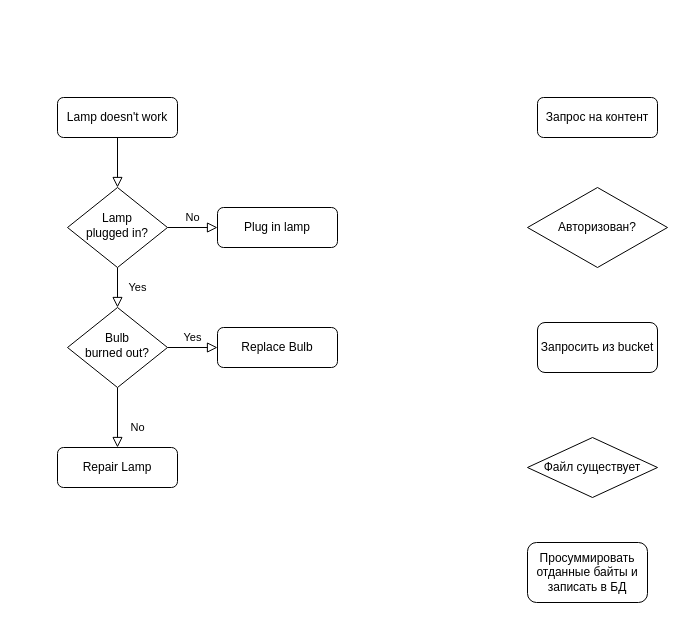
The draw.io diagram draw/MembershipAPI.drawio in jefo/drawio, before the edit. Source tidied: cells renumbered, new cells numbered last; positions are measured from the earlier drawing's top-left corner, leaving out a move shared by most shapes. Both pictures are drawn from the tidied source at 100%, with x=0, y=0 at pixel (57, 97).
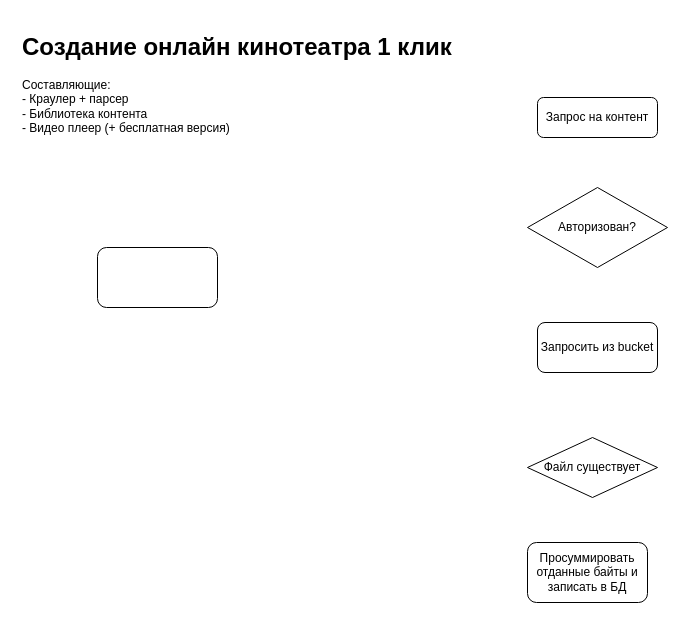
Above is the later version.

The edit, as a diff of the source:
```diff
@@
 <mxGraphModel>
   <root>
     <mxCell id="0" />
     <mxCell id="1" parent="0" />
-    <mxCell id="2" style="rounded=0;html=1;jettySize=auto;fontSize=11;endArrow=block;endFill=0;endSize=8;strokeWidth=1;shadow=0;labelBackgroundColor=none;edgeStyle=orthogonalEdgeStyle;" parent="1" edge="1" source="3" target="6">
-      <mxGeometry relative="1" as="geometry" />
-    </mxCell>
-    <mxCell id="3" value="Lamp doesn't work" style="rounded=1;whiteSpace=wrap;html=1;fontSize=12;glass=0;strokeWidth=1;shadow=0;" parent="1" vertex="1">
-      <mxGeometry width="120" height="40" as="geometry" />
-    </mxCell>
-    <mxCell id="4" value="Yes" style="rounded=0;html=1;jettySize=auto;fontSize=11;endArrow=block;endFill=0;endSize=8;strokeWidth=1;shadow=0;labelBackgroundColor=none;edgeStyle=orthogonalEdgeStyle;" parent="1" edge="1" source="6" target="10">
-      <mxGeometry y="20" relative="1" as="geometry" />
-    </mxCell>
-    <mxCell id="5" value="No" style="edgeStyle=orthogonalEdgeStyle;rounded=0;html=1;jettySize=auto;fontSize=11;endArrow=block;endFill=0;endSize=8;strokeWidth=1;shadow=0;labelBackgroundColor=none;" parent="1" edge="1" source="6" target="7">
-      <mxGeometry y="10" relative="1" as="geometry" />
-    </mxCell>
-    <mxCell id="6" value="Lamp&lt;br&gt;plugged in?" style="rhombus;whiteSpace=wrap;html=1;shadow=0;fontFamily=Helvetica;fontSize=12;align=center;strokeWidth=1;spacing=6;spacingTop=-4;" parent="1" vertex="1">
-      <mxGeometry x="10" y="90" width="100" height="80" as="geometry" />
-    </mxCell>
-    <mxCell id="7" value="Plug in lamp" style="rounded=1;whiteSpace=wrap;html=1;fontSize=12;glass=0;strokeWidth=1;shadow=0;" parent="1" vertex="1">
-      <mxGeometry x="160" y="110" width="120" height="40" as="geometry" />
-    </mxCell>
-    <mxCell id="8" value="No" style="rounded=0;html=1;jettySize=auto;fontSize=11;endArrow=block;endFill=0;endSize=8;strokeWidth=1;shadow=0;labelBackgroundColor=none;edgeStyle=orthogonalEdgeStyle;" parent="1" edge="1" source="10" target="11">
-      <mxGeometry x="0.33" y="20" relative="1" as="geometry" />
-    </mxCell>
-    <mxCell id="9" value="Yes" style="edgeStyle=orthogonalEdgeStyle;rounded=0;html=1;jettySize=auto;fontSize=11;endArrow=block;endFill=0;endSize=8;strokeWidth=1;shadow=0;labelBackgroundColor=none;" parent="1" edge="1" source="10" target="12">
-      <mxGeometry y="10" relative="1" as="geometry" />
-    </mxCell>
-    <mxCell id="10" value="Bulb&lt;br&gt;burned out?" style="rhombus;whiteSpace=wrap;html=1;shadow=0;fontFamily=Helvetica;fontSize=12;align=center;strokeWidth=1;spacing=6;spacingTop=-4;" parent="1" vertex="1">
-      <mxGeometry x="10" y="210" width="100" height="80" as="geometry" />
-    </mxCell>
-    <mxCell id="11" value="Repair Lamp" style="rounded=1;whiteSpace=wrap;html=1;fontSize=12;glass=0;strokeWidth=1;shadow=0;" parent="1" vertex="1">
-      <mxGeometry y="350" width="120" height="40" as="geometry" />
-    </mxCell>
-    <mxCell id="12" value="Replace Bulb" style="rounded=1;whiteSpace=wrap;html=1;fontSize=12;glass=0;strokeWidth=1;shadow=0;" parent="1" vertex="1">
-      <mxGeometry x="160" y="230" width="120" height="40" as="geometry" />
-    </mxCell>
     <mxCell id="13" value="Запрос на контент" style="rounded=1;whiteSpace=wrap;html=1;" parent="1" vertex="1">
       <mxGeometry x="480" width="120" height="40" as="geometry" />
     </mxCell>
     <mxCell id="14" value="Запросить из bucket" style="rounded=1;whiteSpace=wrap;html=1;" parent="1" vertex="1">
       <mxGeometry x="480" y="225" width="120" height="50" as="geometry" />
     </mxCell>
     <mxCell id="15" value="Файл существует" style="rhombus;whiteSpace=wrap;html=1;" parent="1" vertex="1">
       <mxGeometry x="470" y="340" width="130" height="60" as="geometry" />
     </mxCell>
     <mxCell id="16" value="Просуммировать отданные байты и записать в БД" style="rounded=1;whiteSpace=wrap;html=1;" parent="1" vertex="1">
       <mxGeometry x="470" y="445" width="120" height="60" as="geometry" />
     </mxCell>
     <mxCell id="17" value="Авторизован?" style="rhombus;whiteSpace=wrap;html=1;" parent="1" vertex="1">
       <mxGeometry x="470" y="90" width="140" height="80" as="geometry" />
     </mxCell>
+    <mxCell id="18" style="rounded=1;whiteSpace=wrap;html=1;" parent="1" vertex="1">
+      <mxGeometry x="40" y="150" width="120" height="60" as="geometry" />
+    </mxCell>
+    <mxCell id="19" value="&lt;h1&gt;Создание онлайн кинотеатра 1 клик&lt;/h1&gt;&lt;p&gt;Составляющие:&lt;br&gt;- Краулер + парсер&lt;br&gt;- Библиотека контента&lt;br&gt;- Видео плеер (+ бесплатная версия)&lt;/p&gt;" style="text;html=1;strokeColor=none;fillColor=none;spacing=5;spacingTop=-20;whiteSpace=wrap;overflow=hidden;rounded=0;" parent="1" vertex="1">
+      <mxGeometry x="-40" y="-70" width="480" height="120" as="geometry" />
+    </mxCell>
   </root>
 </mxGraphModel>
```
